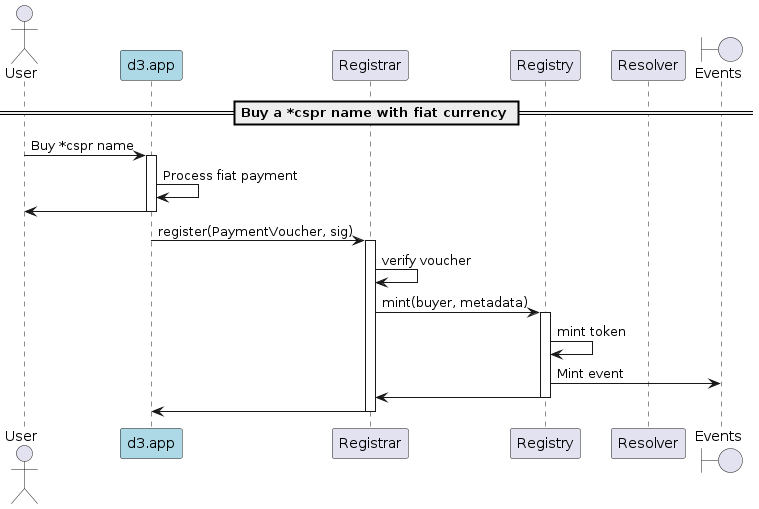
Above: docs/sequence-diagrams/puml/offchain-purchase.png in make-software/cspr-name-contracts (PlantUML), before the change.
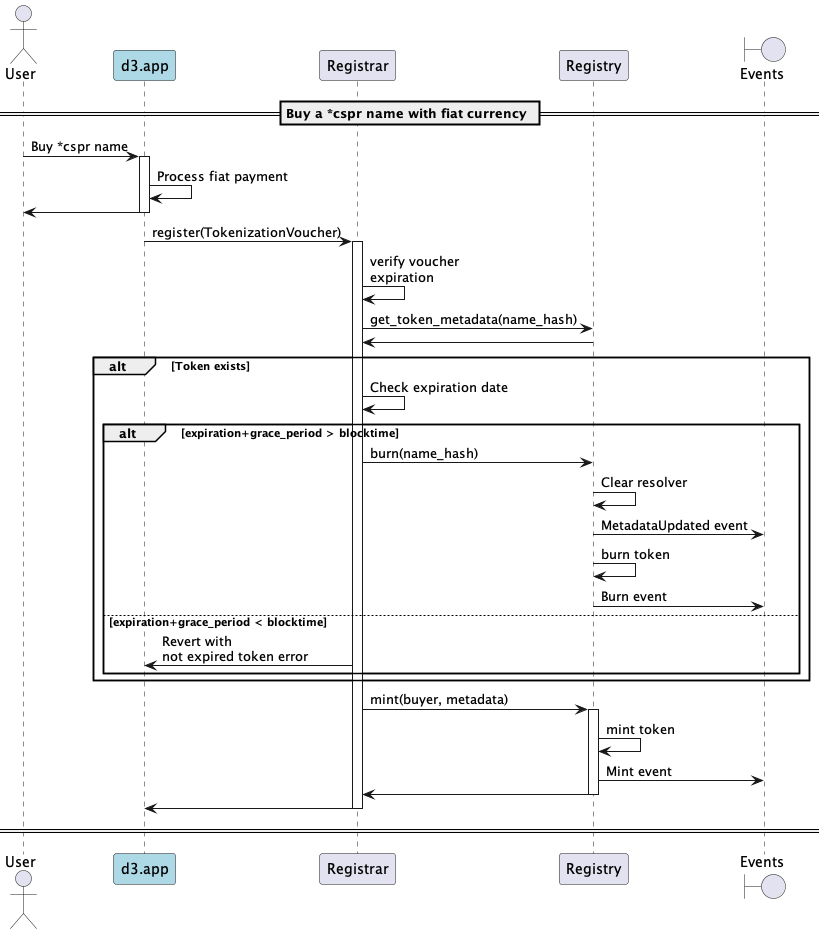
Above is the later version.

What changed in the source:
```diff
@@ -4,7 +4,6 @@
 participant "d3.app" as d3 #lightblue
 participant "Registrar"
 participant "Registry"
-participant "Resolver"
 boundary "Events"
 
 == Buy a *cspr name with fiat currency ==
@@ -15,9 +14,23 @@
 d3 -> User
 deactivate d3
 
-d3 -> Registrar: register(PaymentVoucher, sig)
+d3 -> Registrar: register(TokenizationVoucher)
 activate Registrar
-Registrar -> Registrar: verify voucher
+Registrar -> Registrar: verify voucher\nexpiration
+Registrar -> Registry: get_token_metadata(name_hash)
+Registry -> Registrar
+alt Token exists
+    Registrar -> Registrar: Check expiration date
+    alt expiration+grace_period > blocktime
+        Registrar -> Registry: burn(name_hash)
+        Registry -> Registry: Clear resolver
+        Registry -> "Events": MetadataUpdated event
+        Registry -> Registry: burn token
+        Registry -> "Events": Burn event
+    else expiration+grace_period < blocktime
+        Registrar -> d3: Revert with\nnot expired token error
+    end
+end
 Registrar -> Registry: mint(buyer, metadata)
 activate Registry
 Registry -> Registry: mint token
@@ -28,4 +41,5 @@
 deactivate Registrar
 deactivate d3
 
+== ==
 @enduml
```
